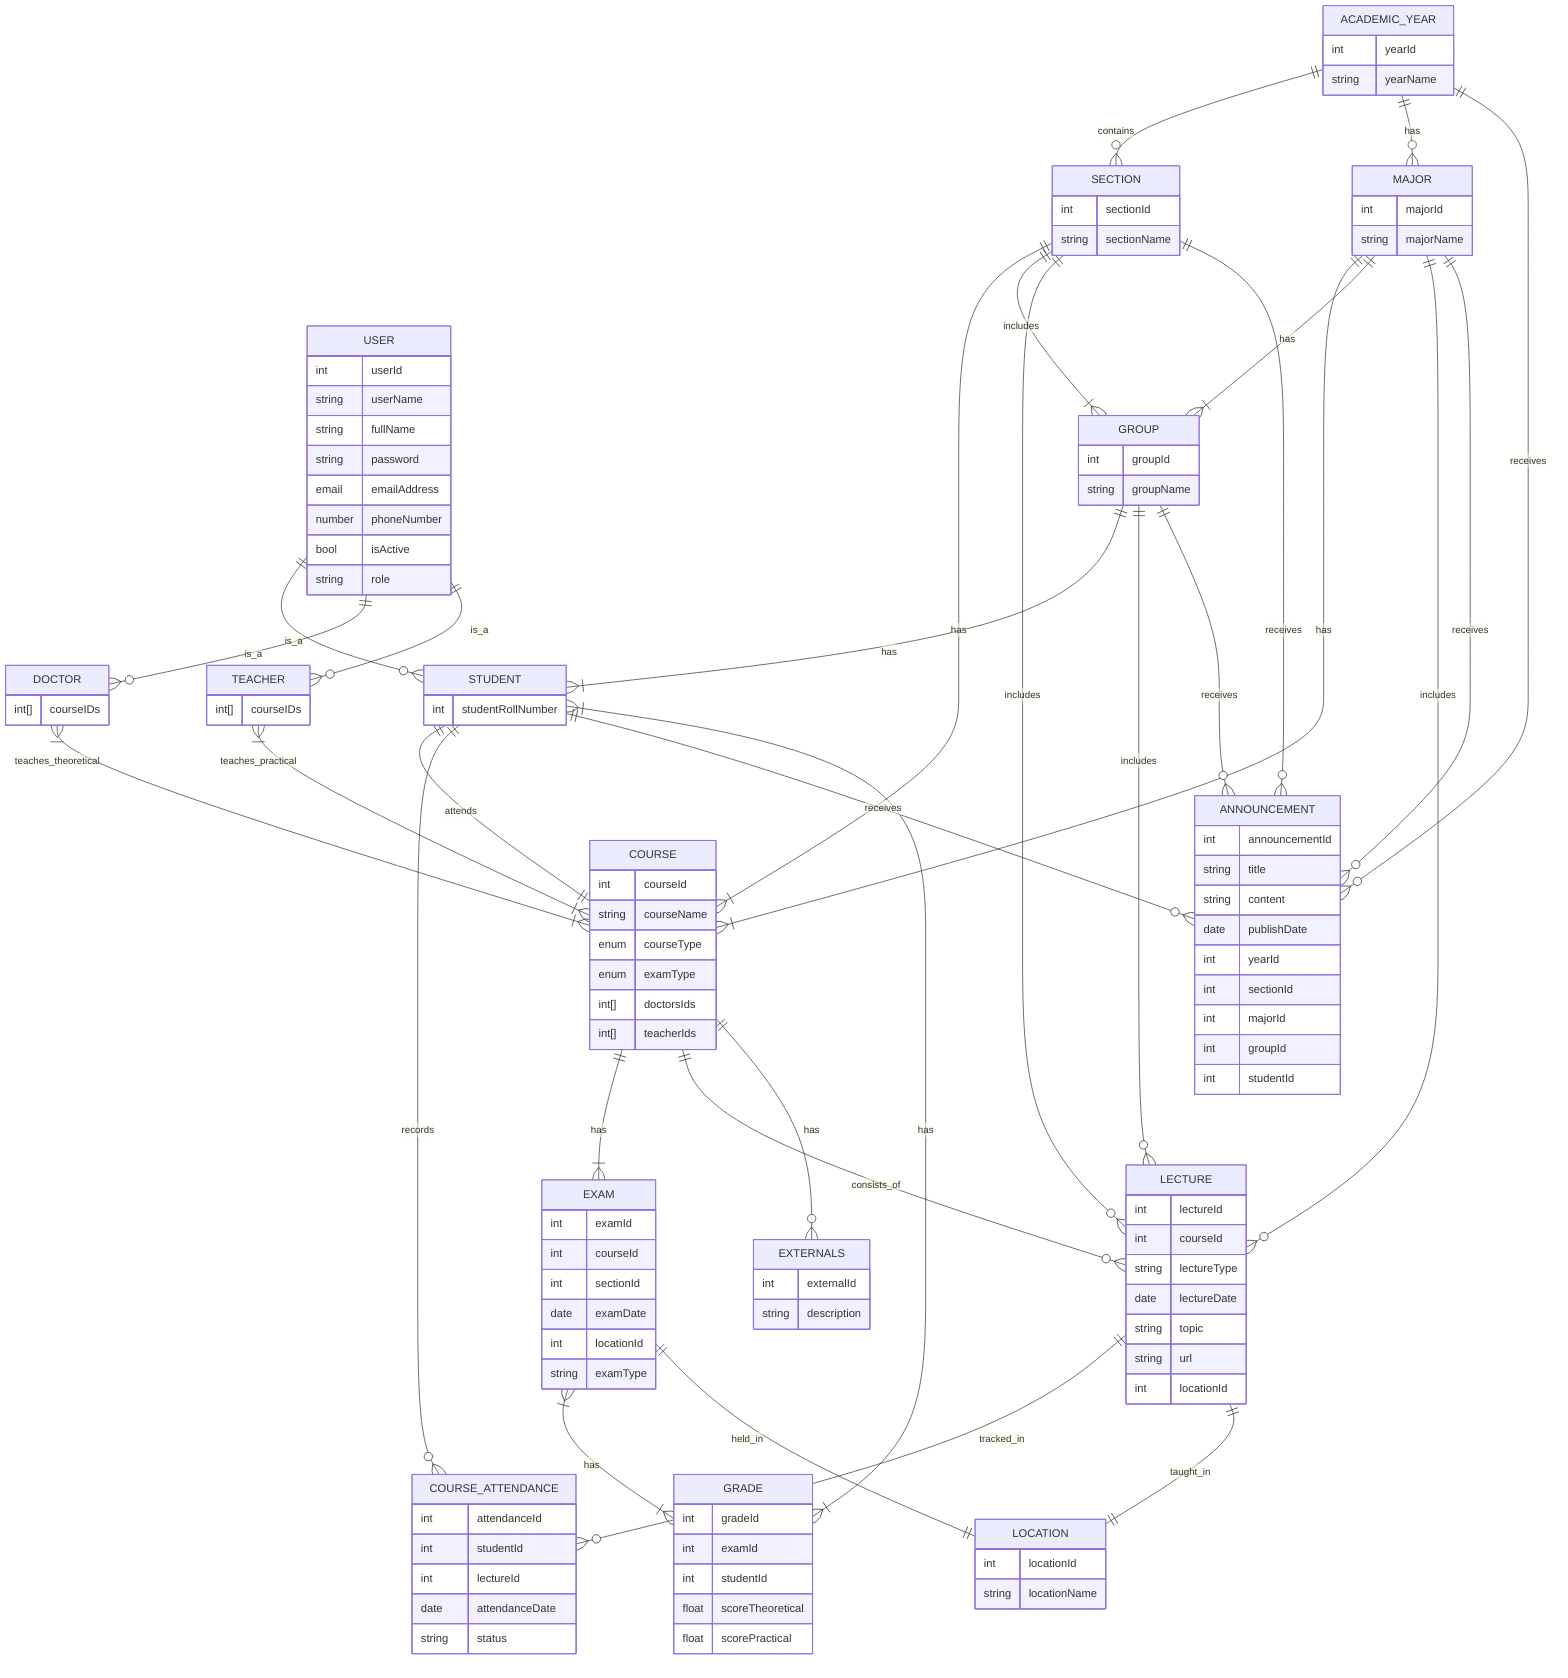
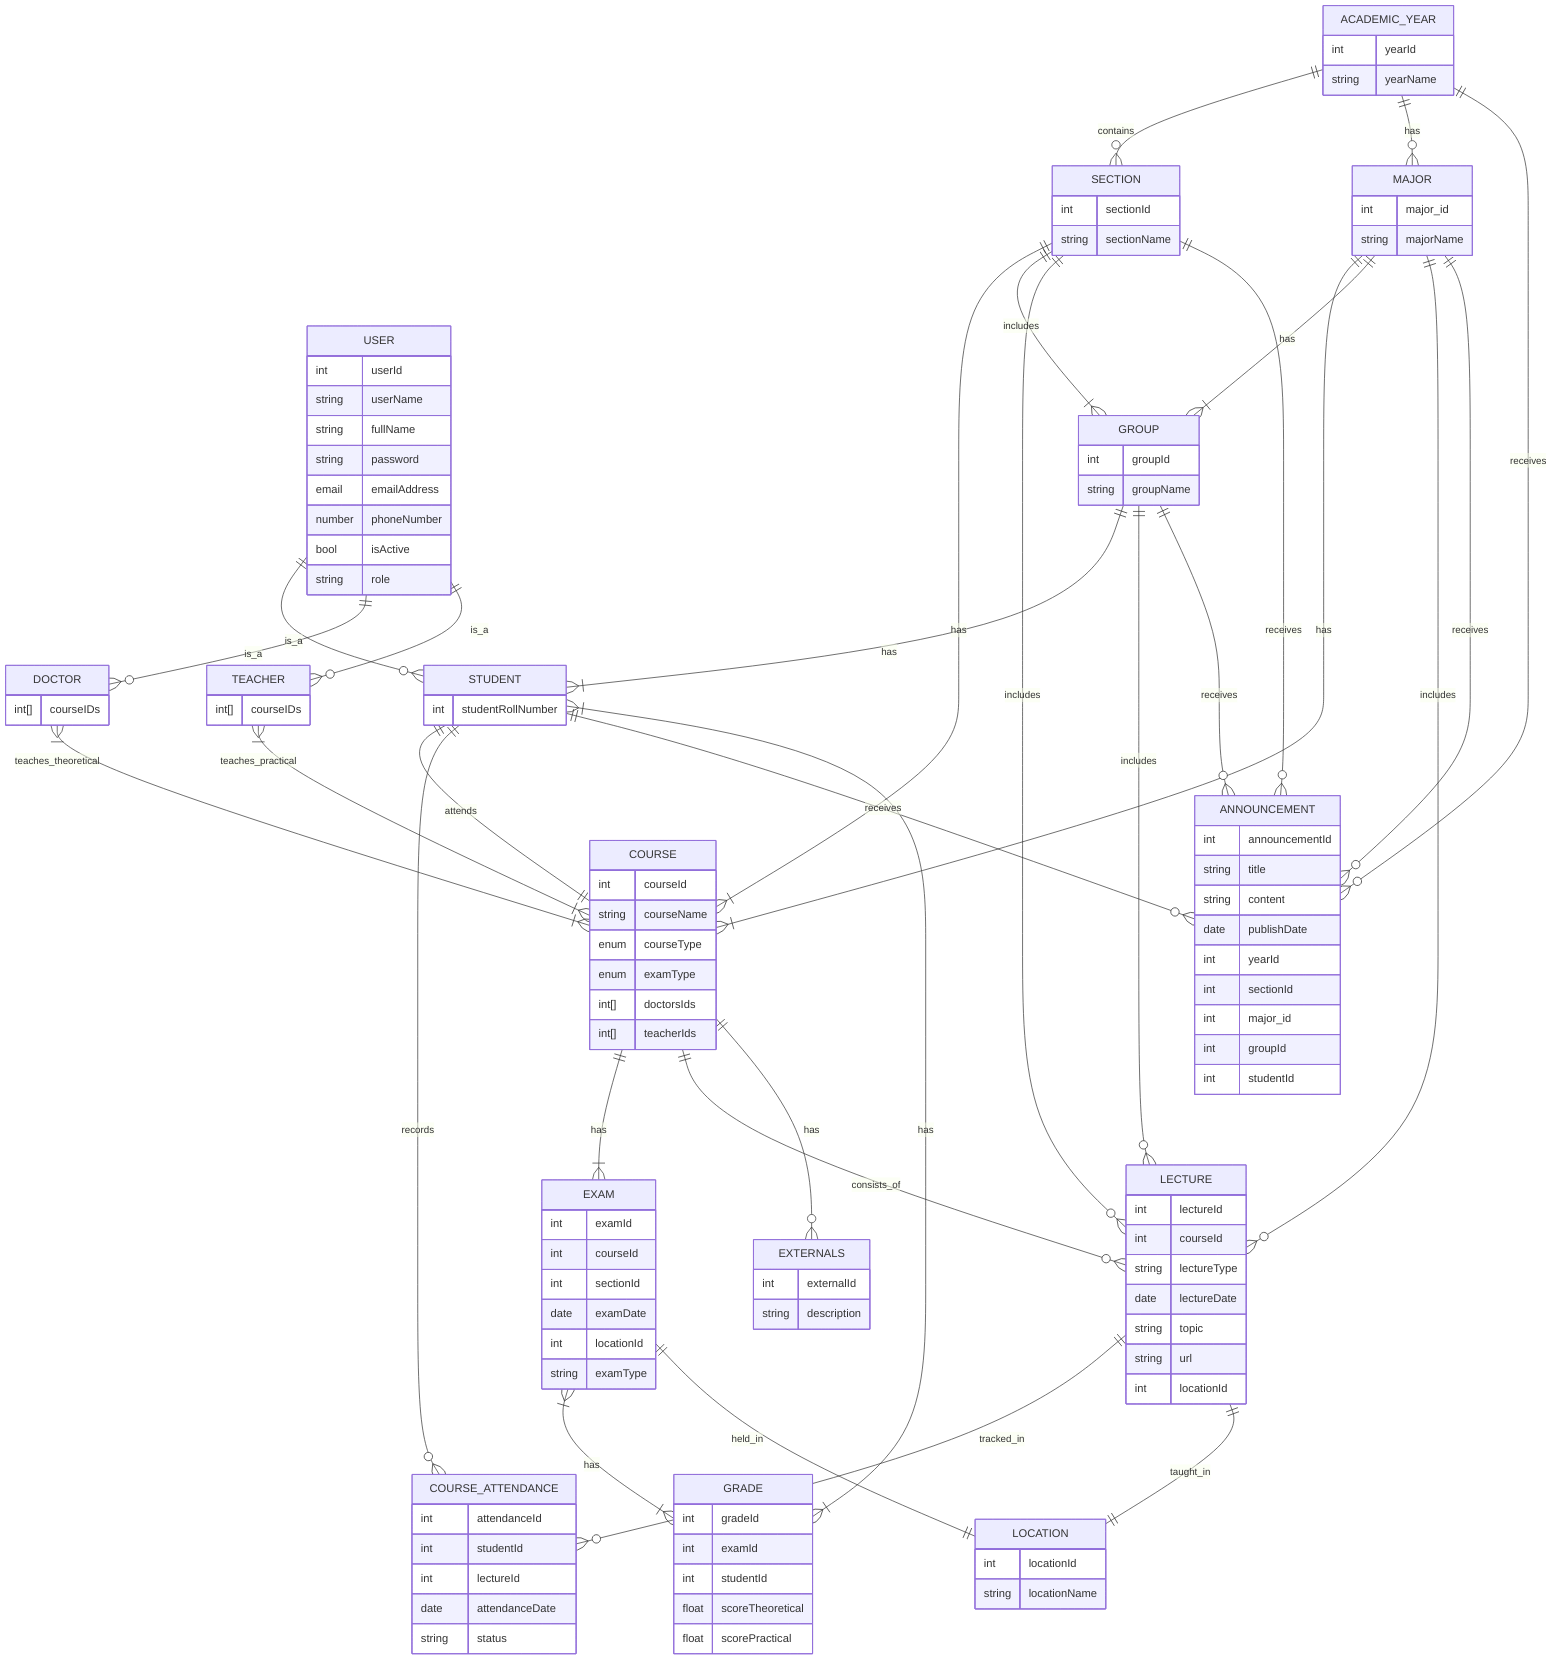
erDiagram

    %% === USER & ROLES ===
    USER        ||--o{ STUDENT : is_a
    USER        ||--o{ DOCTOR  : is_a
    USER        ||--o{ TEACHER : is_a

    %% === ACADEMIC STRUCTURE ===
    ACADEMIC_YEAR ||--o{ SECTION : contains
    ACADEMIC_YEAR ||--o{ MAJOR   : has
    SECTION       ||--|{ COURSE  : has
    MAJOR         ||--|{ COURSE  : has
    MAJOR         ||--|{ GROUP   : has
    SECTION       ||--|{ GROUP   : includes
    GROUP         ||--|{ STUDENT : has

    %% === COURSES & LECTURES ===
    STUDENT       ||--|| COURSE  : attends
    COURSE        ||--|{ EXAM    : has
    COURSE        ||--o{ LECTURE : consists_of
    SECTION  ||--o{ LECTURE : includes
    MAJOR    ||--o{ LECTURE : includes
    GROUP    ||--o{ LECTURE : includes
    DOCTOR        }|--|{ COURSE  : teaches_theoretical
    TEACHER       }|--|{ COURSE  : teaches_practical

    %% === ATTENDANCE ===
    STUDENT       ||--o{ COURSE_ATTENDANCE : records
    LECTURE       ||--o{ COURSE_ATTENDANCE : tracked_in

    %% === EXTERNALS & ANNOUNCEMENTS ===
    COURSE        ||--o{ EXTERNALS : has
    ACADEMIC_YEAR ||--o{ ANNOUNCEMENT : receives
    SECTION       ||--o{ ANNOUNCEMENT : receives
    MAJOR         ||--o{ ANNOUNCEMENT : receives
    GROUP         ||--o{ ANNOUNCEMENT : receives
    STUDENT       ||--o{ ANNOUNCEMENT : receives

    %% === GRADES ===
    EXAM          }|--|{ GRADE   : has
    STUDENT       }|--|{ GRADE   : has

    %% === LOCATIONS ===
    EXAM          ||--|| LOCATION : held_in
    LECTURE       ||--|| LOCATION : taught_in


    %% === ENTITY DEFINITIONS ===
    ACADEMIC_YEAR {
        int    yearId
        string yearName
    }

    MAJOR {
-         int    majorId
+         int    major_id
        string majorName
    }

    SECTION {
        int    sectionId
        string sectionName
    }

    GROUP {
        int    groupId
        string groupName
    }
    COURSE {
        int    courseId
        string courseName
        enum courseType
        enum examType
        int[] doctorsIds
        int[] teacherIds
    }

    LECTURE {
        int    lectureId
        int    courseId
        string lectureType
        date   lectureDate
        string topic
        string url
        int    locationId
    }

    EXAM {
        int    examId
        int    courseId
        int    sectionId
        date   examDate
        int    locationId
        string examType
    }

    STUDENT {
        int studentRollNumber
    }

    COURSE_ATTENDANCE {
        int    attendanceId
        int    studentId
        int    lectureId
        date   attendanceDate
        string status
    }

    ANNOUNCEMENT {
        int    announcementId
        string title
        string content
        date   publishDate
        int    yearId
        int    sectionId
-         int    majorId
+         int    major_id
        int    groupId
        int    studentId
    }

    EXTERNALS {
        int    externalId
        string description
    }

    GRADE {
        int    gradeId
        int    examId
        int    studentId
        float  scoreTheoretical
        float  scorePractical
    }

    LOCATION {
        int    locationId
        string locationName
    }

    USER {
        int userId
        string userName
        string fullName
        string password
        email emailAddress
        number phoneNumber
        bool isActive
        string role
    }

    DOCTOR {
        int[] courseIDs
    }

    TEACHER {
        int[] courseIDs
    }
